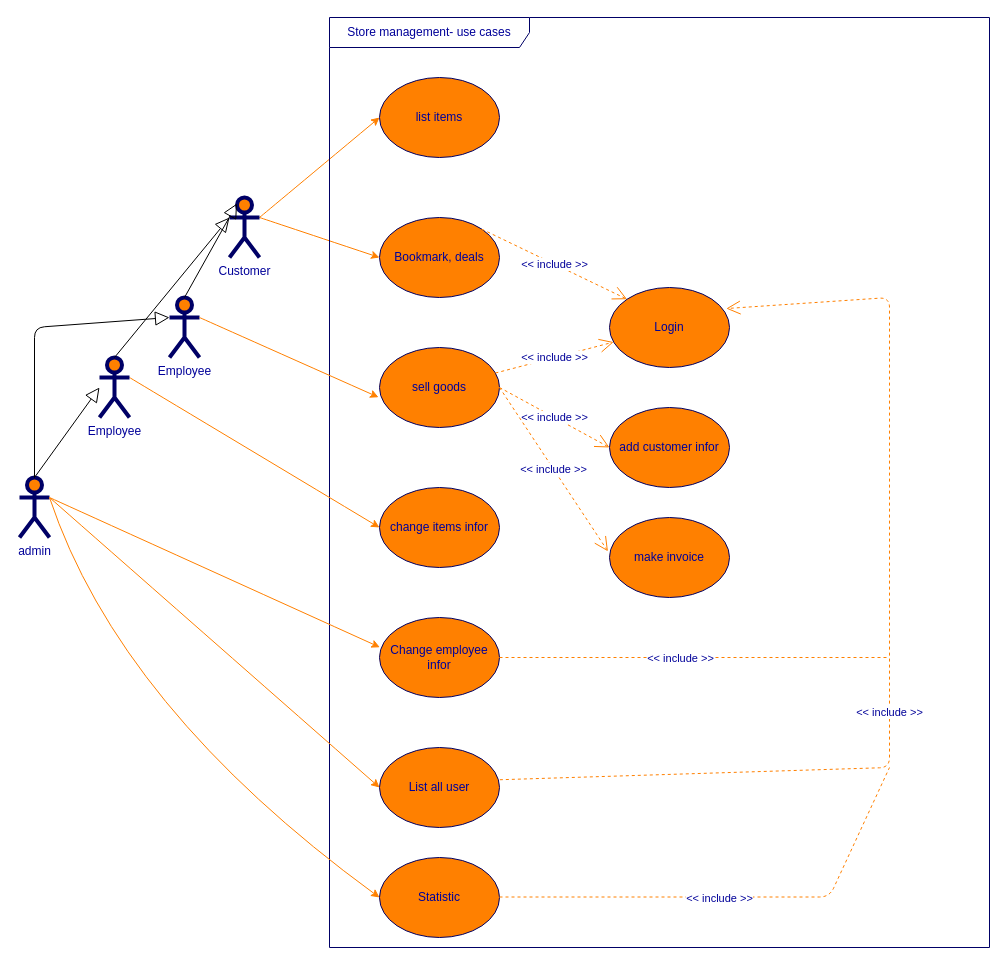
Above: Untitled Diagram.drawio in TruongGiaThach/desktop-tutorial (draw.io), before the change. Source tidied: cells renumbered, new cells numbered last; positions are measured from the earlier drawing's top-left corner, leaving out a move shared by most shapes. Both pictures are drawn from the tidied source at 100%, with x=0, y=0 at pixel (19, 17).
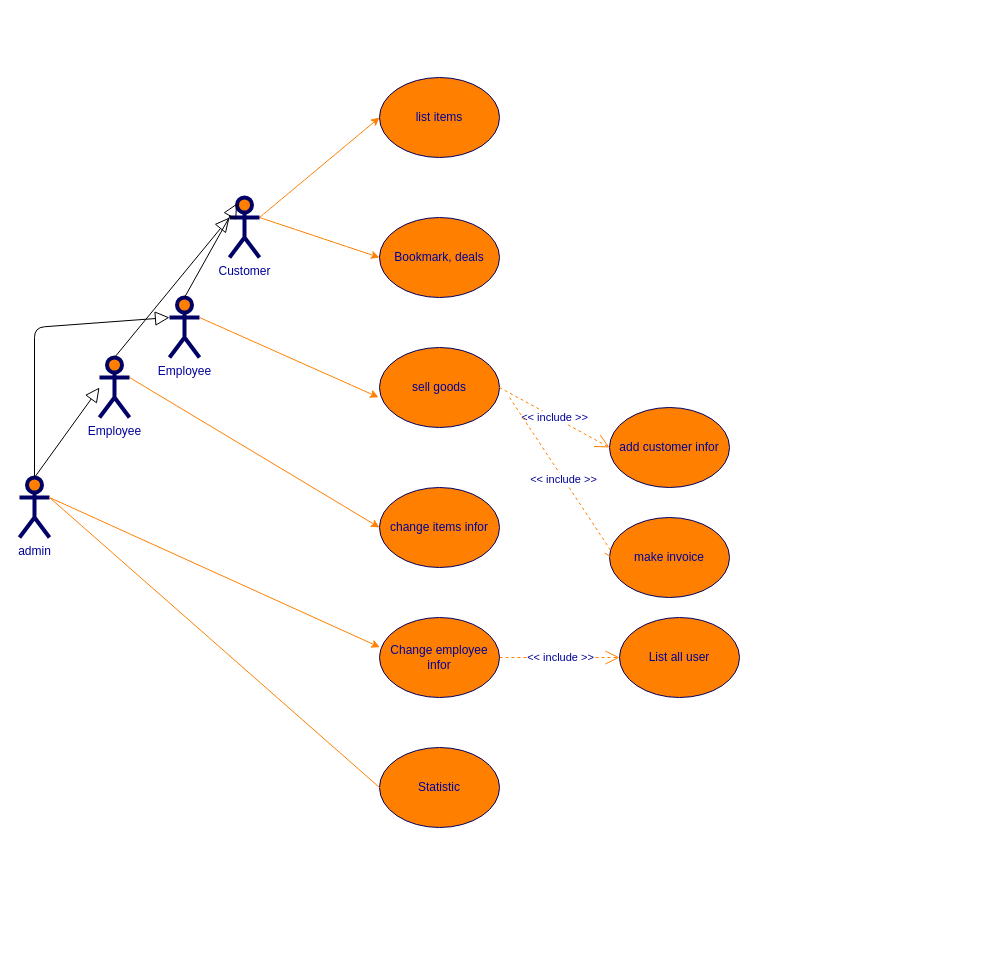
The same diagram, later.

The change refers to these unchanged cells:
```xml
<mxCell id="3" value="Bookmark, deals" style="ellipse;whiteSpace=wrap;html=1;fillColor=#FF8000;strokeColor=#000066;fontColor=#000099;" parent="1" vertex="1">
  <mxGeometry x="360" y="200" width="120" height="80" as="geometry" />
</mxCell>
<mxCell id="12" value="sell goods" style="ellipse;whiteSpace=wrap;html=1;fillColor=#FF8000;strokeColor=#000066;fontColor=#000099;" parent="1" vertex="1">
  <mxGeometry x="360" y="330" width="120" height="80" as="geometry" />
</mxCell>
<mxCell id="15" value="make invoice" style="ellipse;whiteSpace=wrap;html=1;fillColor=#FF8000;strokeColor=#000066;fontColor=#000099;" parent="1" vertex="1">
  <mxGeometry x="590" y="500" width="120" height="80" as="geometry" />
</mxCell>
<mxCell id="18" value="Change employee infor" style="ellipse;whiteSpace=wrap;html=1;fillColor=#FF8000;strokeColor=#000066;fontColor=#000099;" parent="1" vertex="1">
  <mxGeometry x="360" y="600" width="120" height="80" as="geometry" />
</mxCell>
<mxCell id="21" value="admin&lt;br&gt;" style="shape=umlActor;verticalLabelPosition=bottom;labelBackgroundColor=#ffffff;verticalAlign=top;html=1;strokeWidth=4;fillColor=#FF8000;strokeColor=#000066;fontColor=#000099;" parent="1" vertex="1">
  <mxGeometry y="460" width="30" height="60" as="geometry" />
</mxCell>
```

Change to the diagram source:
```diff
@@
-    <mxCell id="4" value="Login" style="ellipse;whiteSpace=wrap;html=1;fillColor=#FF8000;strokeColor=#000066;fontColor=#000099;" parent="1" vertex="1">
-      <mxGeometry x="590" y="270" width="120" height="80" as="geometry" />
-    </mxCell>
@@
-    <mxCell id="10" value="Store management- use cases" style="shape=umlFrame;whiteSpace=wrap;html=1;strokeWidth=1;fillColor=none;width=200;height=30;fontColor=#000099;strokeColor=#000066;" parent="1" vertex="1">
-      <mxGeometry x="310" width="660" height="930" as="geometry" />
-    </mxCell>
-    <mxCell id="11" value="&amp;lt;&amp;lt; include &amp;gt;&amp;gt;" style="endArrow=open;endSize=12;dashed=1;html=1;exitX=1;exitY=0;entryX=0;entryY=0;fontColor=#000099;strokeColor=#FF8000;entryDx=0;entryDy=0;" parent="1" edge="1" source="3" target="4">
-      <mxGeometry relative="1" as="geometry" />
-    </mxCell>
@@
-    <mxCell id="13" value="&amp;lt;&amp;lt; include &amp;gt;&amp;gt;" style="endArrow=open;endSize=12;dashed=1;html=1;fontColor=#000099;strokeColor=#FF8000;" parent="1" edge="1" source="12" target="4">
-      <mxGeometry relative="1" as="geometry" />
-    </mxCell>
@@
-    <mxCell id="17" value="&amp;lt;&amp;lt; include &amp;gt;&amp;gt;" style="endArrow=open;endSize=12;dashed=1;html=1;exitX=1;exitY=0.5;entryX=-0.013;entryY=0.423;fontColor=#000099;strokeColor=#FF8000;exitDx=0;exitDy=0;entryDx=0;entryDy=0;entryPerimeter=0;" parent="1" edge="1" source="12" target="15">
-      <mxGeometry relative="1" as="geometry" />
+    <mxCell id="17" value="&amp;lt;&amp;lt; include &amp;gt;&amp;gt;" style="endArrow=open;endSize=12;dashed=1;html=1;exitX=1;exitY=0.5;entryX=0;entryY=0.5;fontColor=#000099;strokeColor=#FF8000;exitDx=0;exitDy=0;entryDx=0;entryDy=0;" parent="1" edge="1" source="18" target="19">
+      <mxGeometry x="0.01" relative="1" as="geometry" />
     </mxCell>
@@
     <mxCell id="19" value="List all user" style="ellipse;whiteSpace=wrap;html=1;fillColor=#FF8000;strokeColor=#000066;fontColor=#000099;" parent="1" vertex="1">
-      <mxGeometry x="360" y="730" width="120" height="80" as="geometry" />
+      <mxGeometry x="600" y="600" width="120" height="80" as="geometry" />
     </mxCell>
@@
-    <mxCell id="26" style="edgeStyle=none;curved=1;html=1;entryX=0;entryY=0.5;jettySize=auto;strokeColor=#FF8000;fontColor=#000099;entryDx=0;entryDy=0;exitX=1;exitY=0.3333333333333333;exitDx=0;exitDy=0;exitPerimeter=0;" parent="1" edge="1" source="21" target="19">
-      <mxGeometry relative="1" as="geometry" />
-    </mxCell>
-    <mxCell id="27" value="&amp;lt;&amp;lt; include &amp;gt;&amp;gt;" style="endArrow=none;endSize=12;dashed=1;html=1;fontColor=#000099;strokeColor=#FF8000;exitX=1;exitY=0.5;exitDx=0;exitDy=0;endFill=0;" parent="1" edge="1" source="18">
-      <mxGeometry x="-0.07" relative="1" as="geometry">
-        <mxPoint x="870" y="640" as="targetPoint" />
-        <Array as="points">
-          <mxPoint x="810" y="640" />
-        </Array>
-        <mxPoint y="1" as="offset" />
-      </mxGeometry>
-    </mxCell>
-    <mxCell id="28" value="&amp;lt;&amp;lt; include &amp;gt;&amp;gt;" style="endArrow=open;endSize=12;dashed=1;html=1;entryX=0.973;entryY=0.263;fontColor=#000099;strokeColor=#FF8000;entryDx=0;entryDy=0;entryPerimeter=0;exitX=1.003;exitY=0.403;exitDx=0;exitDy=0;exitPerimeter=0;" parent="1" edge="1" source="19" target="4">
-      <mxGeometry x="-0.13" relative="1" as="geometry">
-        <Array as="points">
-          <mxPoint x="870" y="750" />
-          <mxPoint x="870" y="280" />
-        </Array>
-      </mxGeometry>
-    </mxCell>
@@
     <mxCell id="32" value="Statistic" style="ellipse;whiteSpace=wrap;html=1;fillColor=#FF8000;strokeColor=#000066;fontColor=#000099;" parent="1" vertex="1">
-      <mxGeometry x="360" y="840" width="120" height="80" as="geometry" />
+      <mxGeometry x="360" y="730" width="120" height="80" as="geometry" />
     </mxCell>
+    <mxCell id="35" value="&amp;lt;&amp;lt; include &amp;gt;&amp;gt;" style="endArrow=open;endSize=12;dashed=1;html=1;exitX=1;exitY=0.5;entryX=-0.013;entryY=0.423;fontColor=#000099;strokeColor=#FF8000;exitDx=0;exitDy=0;entryDx=0;entryDy=0;entryPerimeter=0;" parent="1" edge="1">
+      <mxGeometry relative="1" as="geometry">
+        <mxPoint x="490" y="380" as="sourcePoint" />
+        <mxPoint x="598.4" y="543.8" as="targetPoint" />
+      </mxGeometry>
+    </mxCell>
-    <mxCell id="33" style="edgeStyle=none;curved=1;html=1;entryX=0;entryY=0.5;jettySize=auto;strokeColor=#FF8000;fontColor=#000099;entryDx=0;entryDy=0;exitX=1;exitY=0.3333333333333333;exitDx=0;exitDy=0;exitPerimeter=0;" parent="1" edge="1" source="21" target="32">
-      <mxGeometry relative="1" as="geometry">
-        <Array as="points">
-          <mxPoint x="100" y="690" />
-        </Array>
-      </mxGeometry>
+    <mxCell id="33" style="edgeStyle=none;curved=1;html=1;jettySize=auto;strokeColor=#FF8000;fontColor=#000099;exitX=1;exitY=0.3333333333333333;exitDx=0;exitDy=0;exitPerimeter=0;endArrow=none;entryX=0;entryY=0.5;entryDx=0;entryDy=0;" parent="1" edge="1" source="21" target="32">
+      <mxGeometry relative="1" as="geometry" />
     </mxCell>
-    <mxCell id="34" value="&amp;lt;&amp;lt; include &amp;gt;&amp;gt;" style="endArrow=none;endSize=12;dashed=1;html=1;fontColor=#000099;strokeColor=#FF8000;exitX=1;exitY=0.5;exitDx=0;exitDy=0;endFill=0;" parent="1" edge="1">
-      <mxGeometry x="-0.07" relative="1" as="geometry">
-        <mxPoint x="480" y="879.5" as="sourcePoint" />
-        <mxPoint x="870" y="750" as="targetPoint" />
-        <Array as="points">
-          <mxPoint x="810" y="879.5" />
-        </Array>
-        <mxPoint y="1" as="offset" />
-      </mxGeometry>
-    </mxCell>
```
